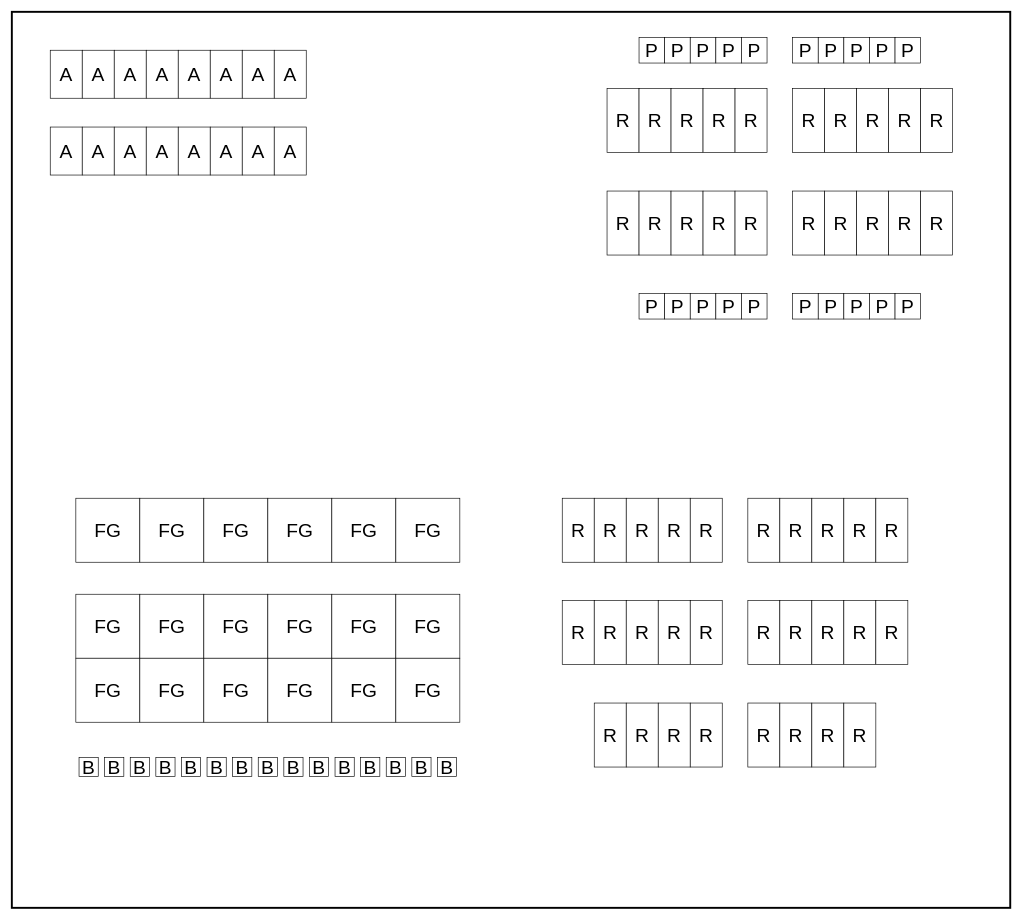
Earlier version of the draw.io diagram page "Power Plant" (2 of 2) of Diagrams/FuelGenSetup.drawio (Clutch152/Satisfactory-Stuff). Source tidied: cells renumbered, new cells numbered last; positions are measured from the earlier drawing's top-left corner, leaving out a move shared by most shapes. Both pictures are drawn from the tidied source at 64%, with x=0, y=0 at pixel (12, 12).
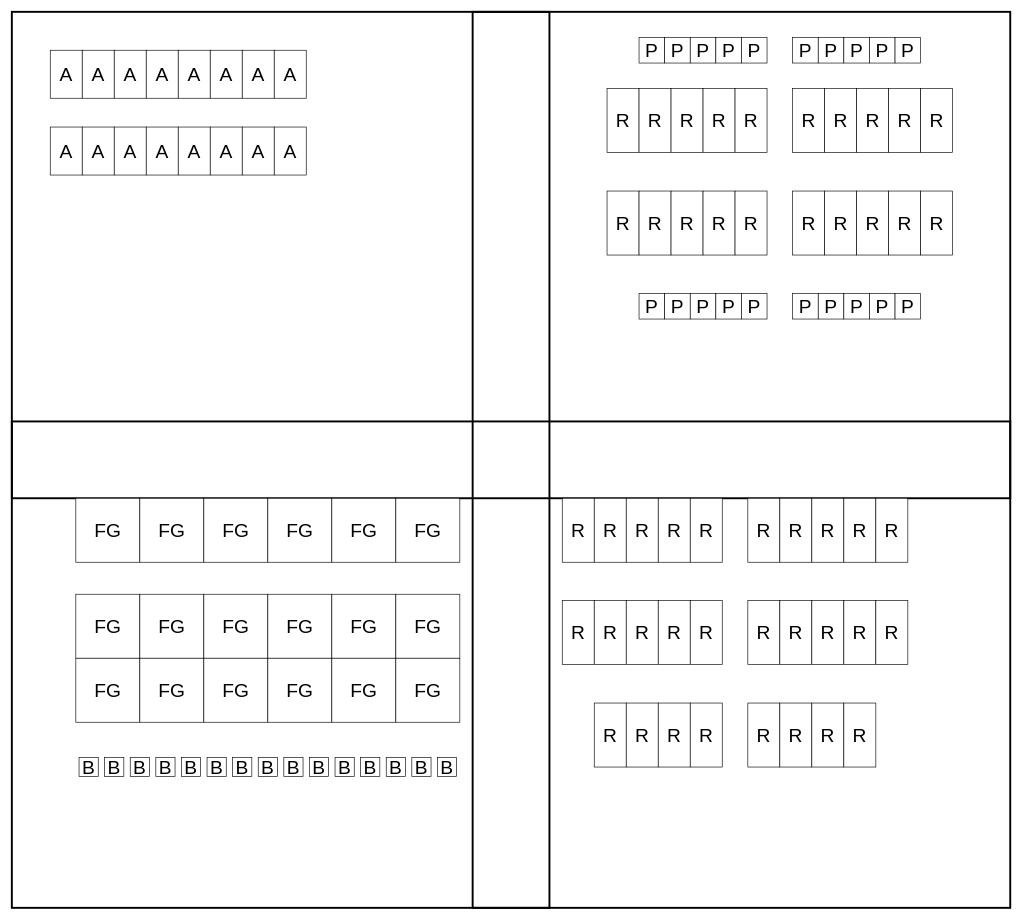
Above is the later version.

The edit, as a diff of the source:
```diff
@@
+    <mxCell id="141" style="rounded=0;whiteSpace=wrap;html=1;fillColor=none;strokeWidth=3;" parent="1" vertex="1">
+      <mxGeometry y="640" width="1560" height="120" as="geometry" />
+    </mxCell>
+    <mxCell id="142" style="rounded=0;whiteSpace=wrap;html=1;fillColor=none;strokeWidth=3;" parent="1" vertex="1">
+      <mxGeometry x="720" width="120" height="1400" as="geometry" />
+    </mxCell>
```
